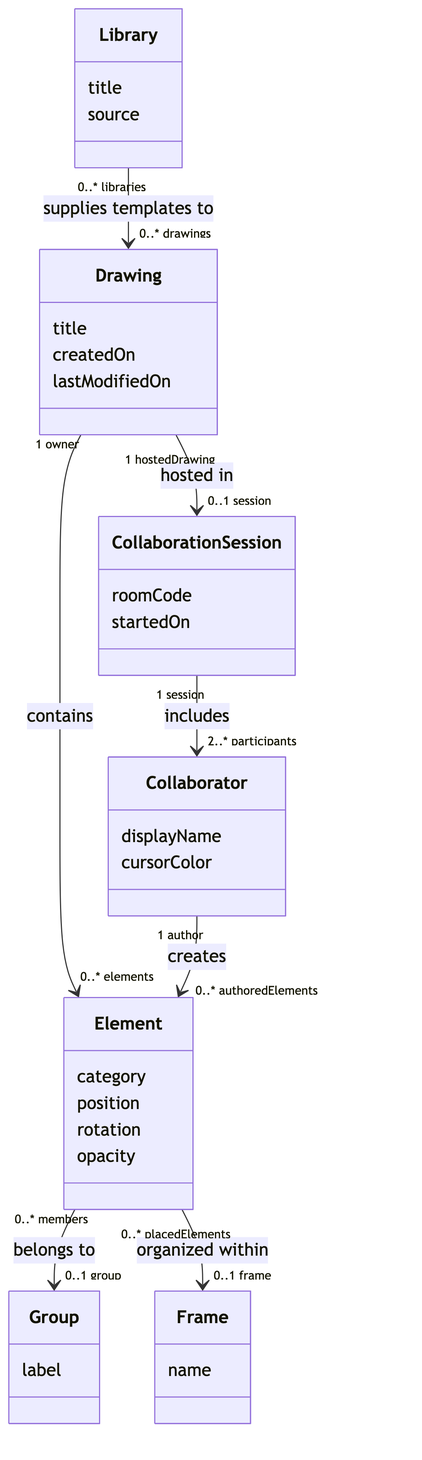
mendozaa0130/excalidraw keeps this Mermaid diagram as docs/domain-model.png. Above is the earlier version. Its source is kept beside it as docs/domain-model.mmd.
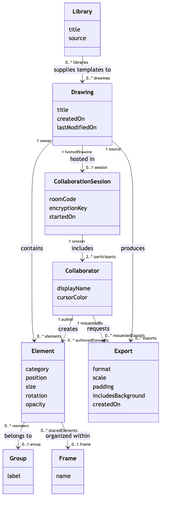
After the change.

What changed in the source:
```diff
@@ -8,6 +8,7 @@
     class Element {
         category
         position
+        size
         rotation
         opacity
     }
@@ -23,11 +24,19 @@
     }
     class CollaborationSession {
         roomCode
+        encryptionKey
         startedOn
     }
     class Library {
         title
         source
+    }
+    class Export {
+        format
+        scale
+        padding
+        includesBackground
+        createdOn
     }
 
     Drawing "1 owner" --> "0..* elements" Element : contains
@@ -37,3 +46,5 @@
     Element "0..* members" --> "0..1 group" Group : belongs to
     Element "0..* placedElements" --> "0..1 frame" Frame : organized within
     Library "0..* libraries" --> "0..* drawings" Drawing : supplies templates to
+    Drawing "1 source" --> "0..* exports" Export : produces
+    Collaborator "1 requestedBy" --> "0..* requestedExports" Export : requests
```
